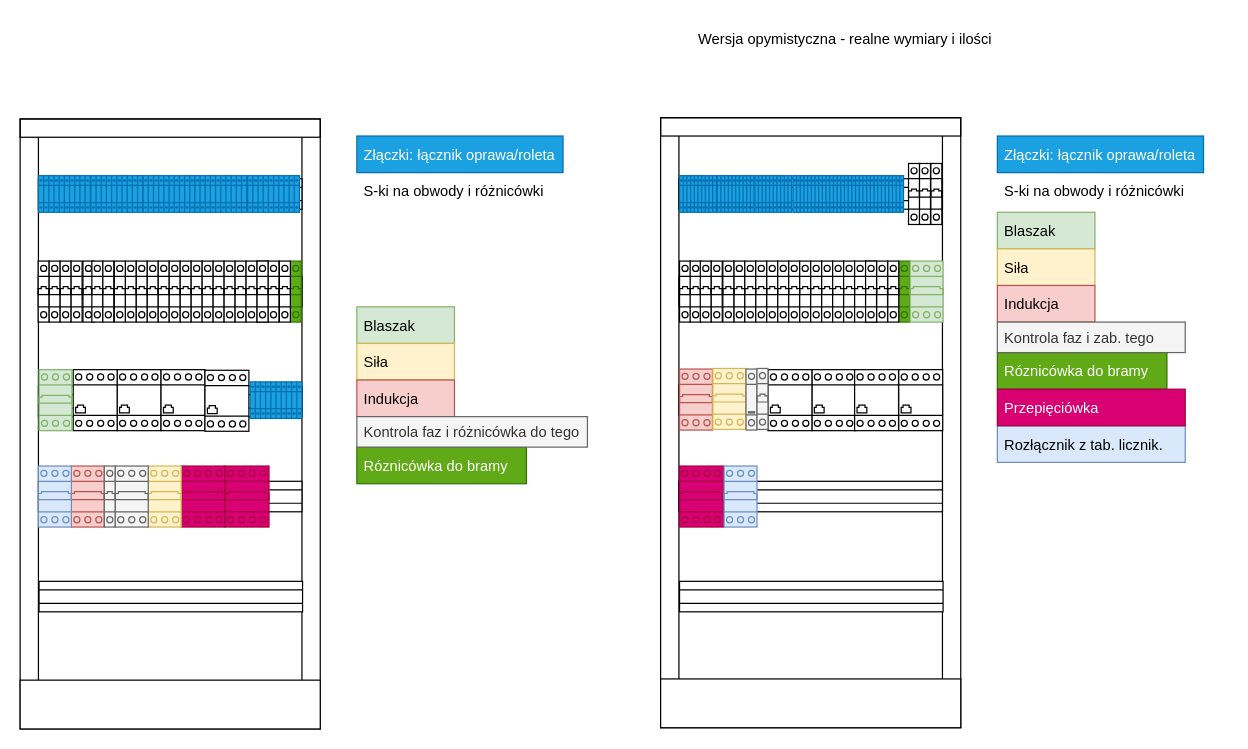
The draw.io diagram rozdzielnica/Rozdzielnica1.drawio in MateuszStank/draw.io, before the edit. Source tidied: cells renumbered, new cells numbered last; positions are measured from the earlier drawing's top-left corner, leaving out a move shared by most shapes. Both pictures are drawn from the tidied source at 122%, with x=0, y=0 at pixel (20, 20).
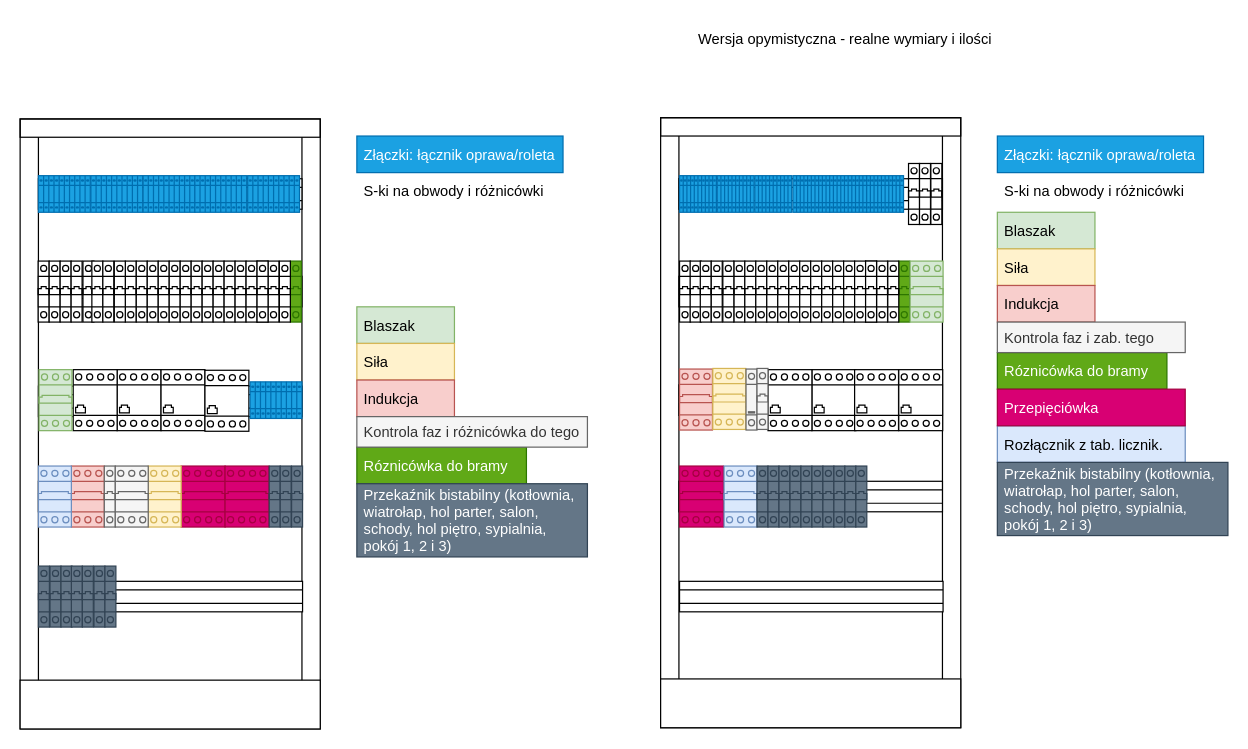
Above is the later version.

Diff of the diagram source:
```diff
@@
+    <mxCell id="116" style="verticalLabelPosition=bottom;dashed=0;shadow=0;html=1;align=center;verticalAlign=top;shape=mxgraph.cabinets.cb_1p;hachureGap=4;fontFamily=Architects Daughter;fontSize=20;fillColor=#647687;fontColor=#ffffff;strokeColor=#314354;" parent="1" vertex="1">
+      <mxGeometry x="204.2" y="365.5" width="9" height="50" as="geometry" />
+    </mxCell>
+    <mxCell id="117" style="verticalLabelPosition=bottom;dashed=0;shadow=0;html=1;align=center;verticalAlign=top;shape=mxgraph.cabinets.cb_1p;hachureGap=4;fontFamily=Architects Daughter;fontSize=20;fillColor=#647687;fontColor=#ffffff;strokeColor=#314354;" parent="1" vertex="1">
+      <mxGeometry x="213.2" y="365.5" width="9" height="50" as="geometry" />
+    </mxCell>
+    <mxCell id="118" style="verticalLabelPosition=bottom;dashed=0;shadow=0;html=1;align=center;verticalAlign=top;shape=mxgraph.cabinets.cb_1p;hachureGap=4;fontFamily=Architects Daughter;fontSize=20;fillColor=#647687;fontColor=#ffffff;strokeColor=#314354;" parent="1" vertex="1">
+      <mxGeometry x="222.5" y="365.5" width="9" height="50" as="geometry" />
+    </mxCell>
+    <mxCell id="119" style="verticalLabelPosition=bottom;dashed=0;shadow=0;html=1;align=center;verticalAlign=top;shape=mxgraph.cabinets.cb_1p;hachureGap=4;fontFamily=Architects Daughter;fontSize=20;fillColor=#647687;fontColor=#ffffff;strokeColor=#314354;" parent="1" vertex="1">
+      <mxGeometry x="15" y="447.5" width="9" height="50" as="geometry" />
+    </mxCell>
+    <mxCell id="120" style="verticalLabelPosition=bottom;dashed=0;shadow=0;html=1;align=center;verticalAlign=top;shape=mxgraph.cabinets.cb_1p;hachureGap=4;fontFamily=Architects Daughter;fontSize=20;fillColor=#647687;fontColor=#ffffff;strokeColor=#314354;" parent="1" vertex="1">
+      <mxGeometry x="24.5" y="447.5" width="9" height="50" as="geometry" />
+    </mxCell>
+    <mxCell id="121" style="verticalLabelPosition=bottom;dashed=0;shadow=0;html=1;align=center;verticalAlign=top;shape=mxgraph.cabinets.cb_1p;hachureGap=4;fontFamily=Architects Daughter;fontSize=20;fillColor=#647687;fontColor=#ffffff;strokeColor=#314354;" parent="1" vertex="1">
+      <mxGeometry x="33.5" y="447.5" width="9" height="50" as="geometry" />
+    </mxCell>
+    <mxCell id="122" style="verticalLabelPosition=bottom;dashed=0;shadow=0;html=1;align=center;verticalAlign=top;shape=mxgraph.cabinets.cb_1p;hachureGap=4;fontFamily=Architects Daughter;fontSize=20;fillColor=#647687;fontColor=#ffffff;strokeColor=#314354;" parent="1" vertex="1">
+      <mxGeometry x="42" y="447.5" width="9" height="50" as="geometry" />
+    </mxCell>
+    <mxCell id="123" value="Przekaźnik bistabilny (kotłownia, &#10;wiatrołap, hol parter, salon, &#10;schody, hol piętro, sypialnia,&#10;pokój 1, 2 i 3)" style="text;strokeColor=#314354;fillColor=#647687;align=left;verticalAlign=middle;spacingLeft=4;spacingRight=4;overflow=hidden;fontColor=#ffffff;" parent="1" vertex="1">
+      <mxGeometry x="276" y="380" width="189" height="60" as="geometry" />
+    </mxCell>
+    <mxCell id="124" style="verticalLabelPosition=bottom;dashed=0;shadow=0;html=1;align=center;verticalAlign=top;shape=mxgraph.cabinets.cb_1p;hachureGap=4;fontFamily=Architects Daughter;fontSize=20;fillColor=#647687;fontColor=#ffffff;strokeColor=#314354;" parent="1" vertex="1">
+      <mxGeometry x="51" y="447.5" width="9" height="50" as="geometry" />
+    </mxCell>
+    <mxCell id="125" style="verticalLabelPosition=bottom;dashed=0;shadow=0;html=1;align=center;verticalAlign=top;shape=mxgraph.cabinets.cb_1p;hachureGap=4;fontFamily=Architects Daughter;fontSize=20;fillColor=#647687;fontColor=#ffffff;strokeColor=#314354;" parent="1" vertex="1">
+      <mxGeometry x="60.5" y="447.5" width="9" height="50" as="geometry" />
+    </mxCell>
+    <mxCell id="126" style="verticalLabelPosition=bottom;dashed=0;shadow=0;html=1;align=center;verticalAlign=top;shape=mxgraph.cabinets.cb_1p;hachureGap=4;fontFamily=Architects Daughter;fontSize=20;fillColor=#647687;fontColor=#ffffff;strokeColor=#314354;" parent="1" vertex="1">
+      <mxGeometry x="69.5" y="447.5" width="9" height="50" as="geometry" />
+    </mxCell>
+    <mxCell id="127" style="verticalLabelPosition=bottom;dashed=0;shadow=0;html=1;align=center;verticalAlign=top;shape=mxgraph.cabinets.cb_1p;hachureGap=4;fontFamily=Architects Daughter;fontSize=20;fillColor=#647687;fontColor=#ffffff;strokeColor=#314354;" parent="1" vertex="1">
+      <mxGeometry x="604" y="365.5" width="9" height="50" as="geometry" />
+    </mxCell>
+    <mxCell id="128" style="verticalLabelPosition=bottom;dashed=0;shadow=0;html=1;align=center;verticalAlign=top;shape=mxgraph.cabinets.cb_1p;hachureGap=4;fontFamily=Architects Daughter;fontSize=20;fillColor=#647687;fontColor=#ffffff;strokeColor=#314354;" parent="1" vertex="1">
+      <mxGeometry x="613" y="365.5" width="9" height="50" as="geometry" />
+    </mxCell>
+    <mxCell id="129" style="verticalLabelPosition=bottom;dashed=0;shadow=0;html=1;align=center;verticalAlign=top;shape=mxgraph.cabinets.cb_1p;hachureGap=4;fontFamily=Architects Daughter;fontSize=20;fillColor=#647687;fontColor=#ffffff;strokeColor=#314354;" parent="1" vertex="1">
+      <mxGeometry x="622" y="365.5" width="9" height="50" as="geometry" />
+    </mxCell>
+    <mxCell id="130" style="verticalLabelPosition=bottom;dashed=0;shadow=0;html=1;align=center;verticalAlign=top;shape=mxgraph.cabinets.cb_1p;hachureGap=4;fontFamily=Architects Daughter;fontSize=20;fillColor=#647687;fontColor=#ffffff;strokeColor=#314354;" parent="1" vertex="1">
+      <mxGeometry x="631" y="365.5" width="9" height="50" as="geometry" />
+    </mxCell>
+    <mxCell id="131" style="verticalLabelPosition=bottom;dashed=0;shadow=0;html=1;align=center;verticalAlign=top;shape=mxgraph.cabinets.cb_1p;hachureGap=4;fontFamily=Architects Daughter;fontSize=20;fillColor=#647687;fontColor=#ffffff;strokeColor=#314354;" parent="1" vertex="1">
+      <mxGeometry x="640" y="365.5" width="9" height="50" as="geometry" />
+    </mxCell>
+    <mxCell id="132" style="verticalLabelPosition=bottom;dashed=0;shadow=0;html=1;align=center;verticalAlign=top;shape=mxgraph.cabinets.cb_1p;hachureGap=4;fontFamily=Architects Daughter;fontSize=20;fillColor=#647687;fontColor=#ffffff;strokeColor=#314354;" parent="1" vertex="1">
+      <mxGeometry x="649" y="365.5" width="9" height="50" as="geometry" />
+    </mxCell>
+    <mxCell id="133" style="verticalLabelPosition=bottom;dashed=0;shadow=0;html=1;align=center;verticalAlign=top;shape=mxgraph.cabinets.cb_1p;hachureGap=4;fontFamily=Architects Daughter;fontSize=20;fillColor=#647687;fontColor=#ffffff;strokeColor=#314354;" parent="1" vertex="1">
+      <mxGeometry x="658" y="365.5" width="9" height="50" as="geometry" />
+    </mxCell>
+    <mxCell id="134" style="verticalLabelPosition=bottom;dashed=0;shadow=0;html=1;align=center;verticalAlign=top;shape=mxgraph.cabinets.cb_1p;hachureGap=4;fontFamily=Architects Daughter;fontSize=20;fillColor=#647687;fontColor=#ffffff;strokeColor=#314354;" parent="1" vertex="1">
+      <mxGeometry x="667" y="365.5" width="9" height="50" as="geometry" />
+    </mxCell>
+    <mxCell id="135" style="verticalLabelPosition=bottom;dashed=0;shadow=0;html=1;align=center;verticalAlign=top;shape=mxgraph.cabinets.cb_1p;hachureGap=4;fontFamily=Architects Daughter;fontSize=20;fillColor=#647687;fontColor=#ffffff;strokeColor=#314354;" parent="1" vertex="1">
+      <mxGeometry x="676" y="365.5" width="9" height="50" as="geometry" />
+    </mxCell>
+    <mxCell id="136" style="verticalLabelPosition=bottom;dashed=0;shadow=0;html=1;align=center;verticalAlign=top;shape=mxgraph.cabinets.cb_1p;hachureGap=4;fontFamily=Architects Daughter;fontSize=20;fillColor=#647687;fontColor=#ffffff;strokeColor=#314354;" parent="1" vertex="1">
+      <mxGeometry x="685" y="365.5" width="9" height="50" as="geometry" />
+    </mxCell>
+    <mxCell id="137" value="Przekaźnik bistabilny (kotłownia, &#10;wiatrołap, hol parter, salon, &#10;schody, hol piętro, sypialnia,&#10;pokój 1, 2 i 3)" style="text;strokeColor=#314354;fillColor=#647687;align=left;verticalAlign=middle;spacingLeft=4;spacingRight=4;overflow=hidden;fontColor=#ffffff;" parent="1" vertex="1">
+      <mxGeometry x="801" y="362.5" width="189" height="60" as="geometry" />
+    </mxCell>
```
